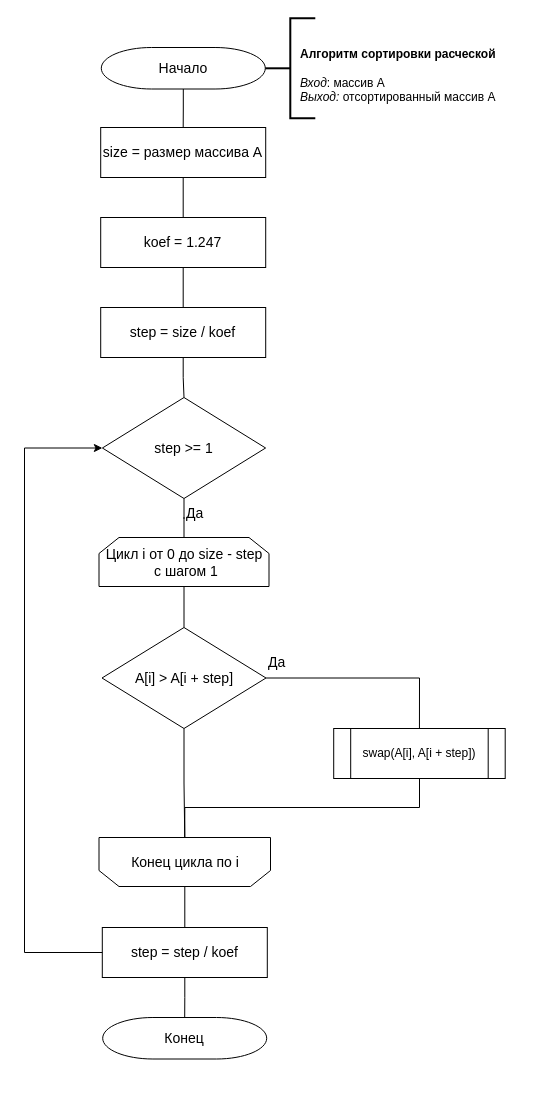
This is page "Расческой" (2 of 3) of lab_03/report/schemes/algorithms.drawio from mshsvnv/AlgorithmAnalysis, a draw.io file, before an edit. Source tidied: cells renumbered, new cells numbered last; positions are measured from the earlier drawing's top-left corner, leaving out a move shared by most shapes. Both pictures are drawn from the tidied source at 100%, with x=0, y=0 at pixel (24, 18).
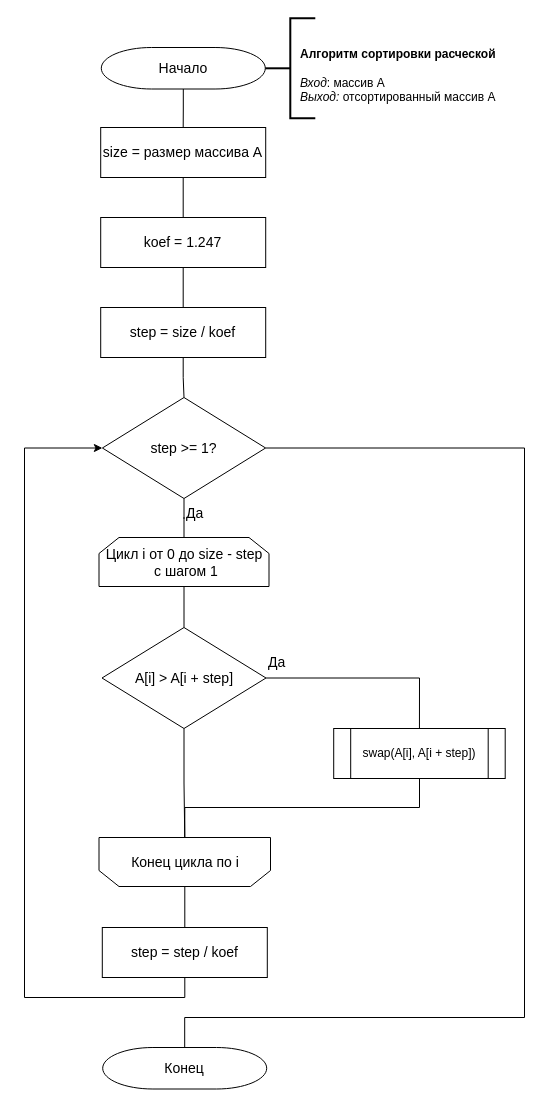
After the change.

The change refers to these unchanged cells:
```xml
<mxCell id="24" value="&lt;font style=&quot;font-size: 14px;&quot;&gt;step = step / koef&lt;/font&gt;" style="rounded=0;whiteSpace=wrap;html=1;absoluteArcSize=1;arcSize=14;strokeWidth=1;" parent="1" vertex="1">
  <mxGeometry x="77.8" y="909" width="165" height="50" as="geometry" />
</mxCell>
```

Diff of the diagram source:
```diff
@@
     <mxCell id="19" value="&lt;span style=&quot;font-size: 14px;&quot;&gt;Конец&lt;/span&gt;" style="strokeWidth=1;html=1;shape=mxgraph.flowchart.terminator;whiteSpace=wrap;" parent="1" vertex="1">
-      <mxGeometry x="78.2" y="999" width="164" height="41.5" as="geometry" />
+      <mxGeometry x="78.2" y="1029" width="164" height="41.5" as="geometry" />
     </mxCell>
@@
-    <mxCell id="23" style="edgeStyle=orthogonalEdgeStyle;shape=connector;rounded=0;jettySize=auto;html=1;labelBackgroundColor=default;strokeColor=default;align=center;verticalAlign=middle;fontFamily=Helvetica;fontSize=11;fontColor=default;endArrow=none;endFill=0;" parent="1" edge="1" source="24" target="19">
-      <mxGeometry relative="1" as="geometry" />
-    </mxCell>
@@
-    <mxCell id="26" value="&lt;span style=&quot;font-size: 14px;&quot;&gt;step &amp;gt;= 1&lt;/span&gt;" style="strokeWidth=1;html=1;shape=mxgraph.flowchart.decision;whiteSpace=wrap;rounded=0;fontSize=11;" parent="1" vertex="1">
+    <mxCell id="26" value="&lt;span style=&quot;font-size: 14px;&quot;&gt;step &amp;gt;= 1?&lt;/span&gt;" style="strokeWidth=1;html=1;shape=mxgraph.flowchart.decision;whiteSpace=wrap;rounded=0;fontSize=11;" parent="1" vertex="1">
       <mxGeometry x="77.9" y="379" width="163.2" height="101" as="geometry" />
     </mxCell>
@@
-    <mxCell id="28" style="edgeStyle=orthogonalEdgeStyle;shape=connector;rounded=0;jettySize=auto;html=1;exitX=0;exitY=0.5;exitDx=0;exitDy=0;entryX=0;entryY=0.5;entryDx=0;entryDy=0;entryPerimeter=0;labelBackgroundColor=default;strokeColor=default;align=center;verticalAlign=middle;fontFamily=Helvetica;fontSize=11;fontColor=default;endArrow=classic;endFill=1;" parent="1" edge="1" source="24" target="26">
+    <mxCell id="28" style="edgeStyle=orthogonalEdgeStyle;shape=connector;rounded=0;jettySize=auto;html=1;exitX=0.5;exitY=1;exitDx=0;exitDy=0;entryX=0;entryY=0.5;entryDx=0;entryDy=0;entryPerimeter=0;labelBackgroundColor=default;strokeColor=default;align=center;verticalAlign=middle;fontFamily=Helvetica;fontSize=11;fontColor=default;endArrow=classic;endFill=1;" parent="1" edge="1" source="24" target="26">
       <mxGeometry relative="1" as="geometry">
         <Array as="points">
-          <mxPoint y="934" />
+          <mxPoint x="160" y="979" />
+          <mxPoint y="979" />
           <mxPoint y="430" />
         </Array>
       </mxGeometry>
     </mxCell>
+    <mxCell id="29" style="edgeStyle=orthogonalEdgeStyle;rounded=0;jettySize=auto;html=1;exitX=1;exitY=0.5;exitDx=0;exitDy=0;exitPerimeter=0;entryX=0.5;entryY=0;entryDx=0;entryDy=0;entryPerimeter=0;endArrow=none;endFill=0;" parent="1" edge="1" source="26" target="19">
+      <mxGeometry relative="1" as="geometry">
+        <Array as="points">
+          <mxPoint x="500" y="430" />
+          <mxPoint x="500" y="999" />
+          <mxPoint x="160" y="999" />
+        </Array>
+      </mxGeometry>
+    </mxCell>
```
